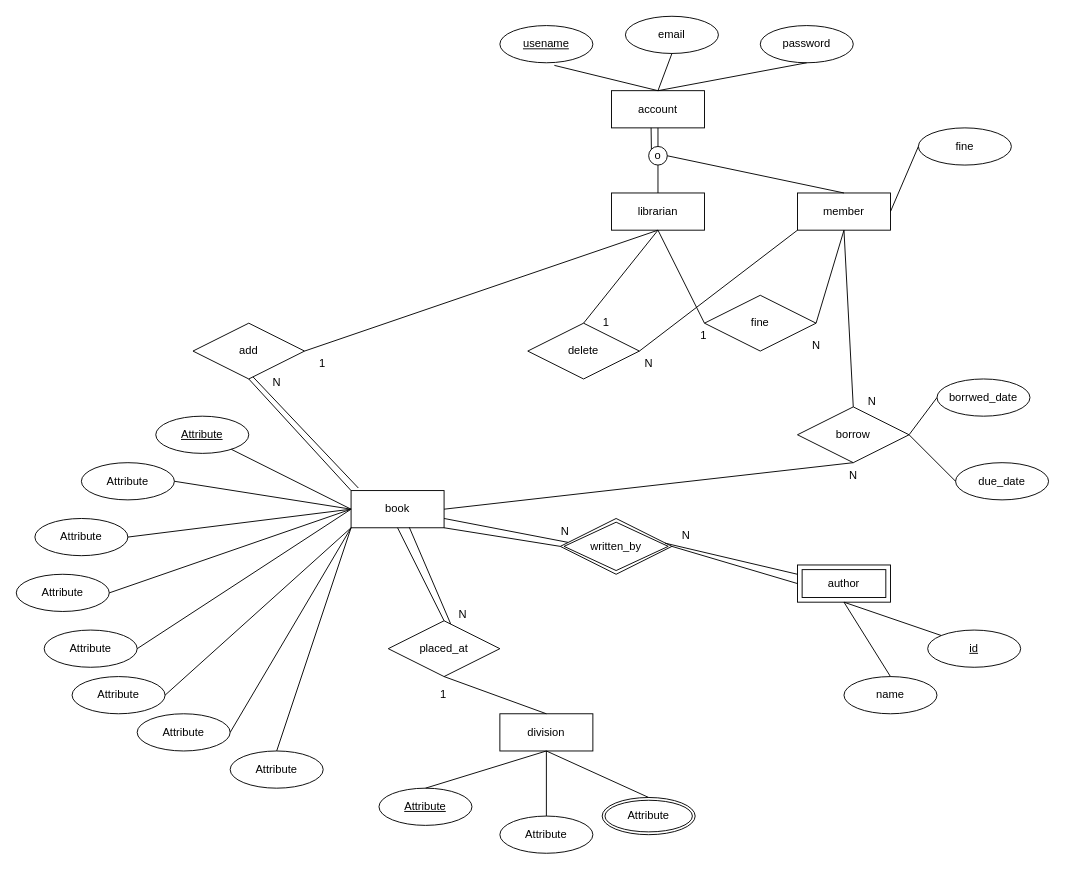
MuhammadIrfan92/Database-Engineering-Semester-7 keeps this draw.io diagram as Project_er.drawio. Above is the earlier version. Source tidied: cells renumbered, new cells numbered last; positions are measured from the earlier drawing's top-left corner, leaving out a move shared by most shapes. Both pictures are drawn from the tidied source at 93%, with x=0, y=0 at pixel (16, 16).
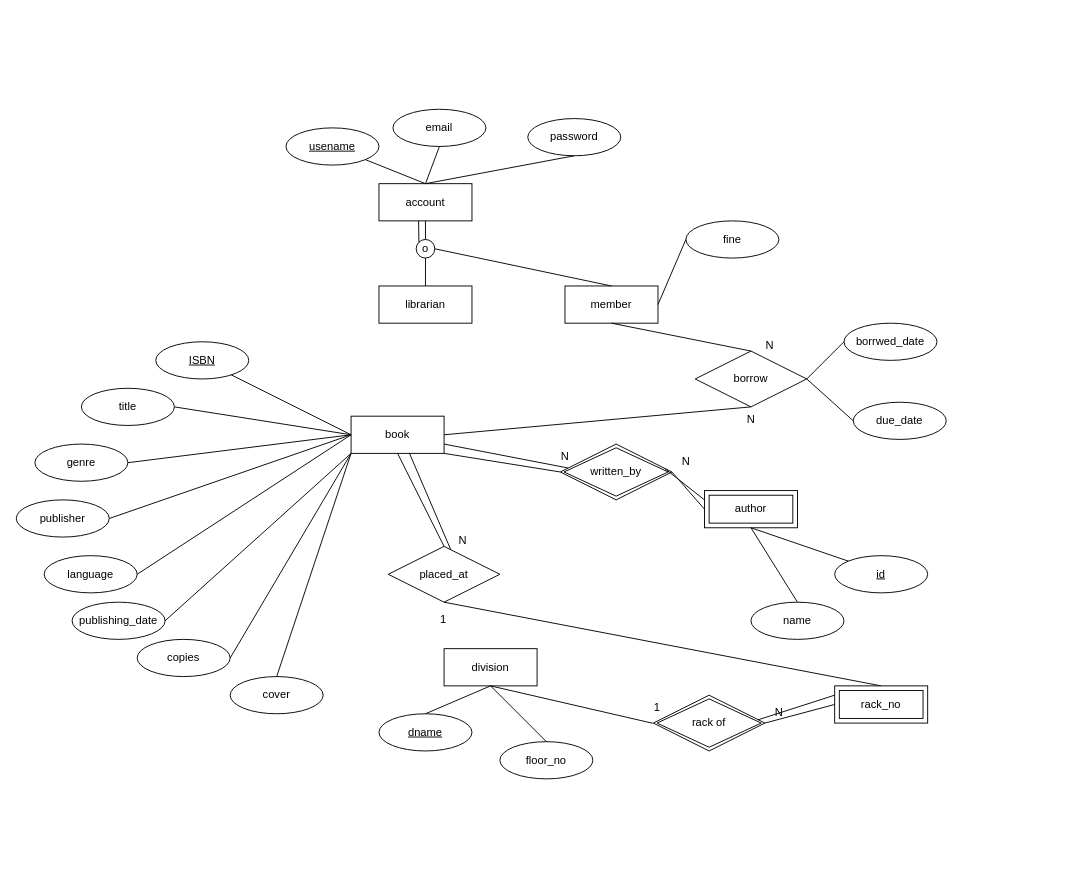
After the change.

What changed in the source:
```diff
@@
     <mxCell id="2" value="account" style="whiteSpace=wrap;html=1;align=center;" parent="1" vertex="1">
-      <mxGeometry x="640" y="80" width="100" height="40" as="geometry" />
+      <mxGeometry x="390" y="180" width="100" height="40" as="geometry" />
     </mxCell>
     <mxCell id="3" value="librarian" style="whiteSpace=wrap;html=1;align=center;" parent="1" vertex="1">
-      <mxGeometry x="640" y="190" width="100" height="40" as="geometry" />
+      <mxGeometry x="390" y="290" width="100" height="40" as="geometry" />
     </mxCell>
     <mxCell id="4" value="member" style="whiteSpace=wrap;html=1;align=center;" parent="1" vertex="1">
-      <mxGeometry x="840" y="190" width="100" height="40" as="geometry" />
+      <mxGeometry x="590" y="290" width="100" height="40" as="geometry" />
     </mxCell>
     <mxCell id="5" value="book" style="whiteSpace=wrap;html=1;align=center;" parent="1" vertex="1">
-      <mxGeometry x="360" y="510" width="100" height="40" as="geometry" />
+      <mxGeometry x="360" y="430" width="100" height="40" as="geometry" />
     </mxCell>
     <mxCell id="6" value="division" style="whiteSpace=wrap;html=1;align=center;" parent="1" vertex="1">
-      <mxGeometry x="520" y="750" width="100" height="40" as="geometry" />
+      <mxGeometry x="460" y="680" width="100" height="40" as="geometry" />
     </mxCell>
     <mxCell id="7" value="usename" style="ellipse;whiteSpace=wrap;html=1;align=center;fontStyle=4;" parent="1" vertex="1">
-      <mxGeometry x="520" y="10" width="100" height="40" as="geometry" />
+      <mxGeometry x="290" y="120" width="100" height="40" as="geometry" />
     </mxCell>
     <mxCell id="8" value="email" style="ellipse;whiteSpace=wrap;html=1;align=center;" parent="1" vertex="1">
-      <mxGeometry x="655" width="100" height="40" as="geometry" />
+      <mxGeometry x="405" y="100" width="100" height="40" as="geometry" />
     </mxCell>
     <mxCell id="9" value="password" style="ellipse;whiteSpace=wrap;html=1;align=center;" parent="1" vertex="1">
-      <mxGeometry x="800" y="10" width="100" height="40" as="geometry" />
+      <mxGeometry x="550" y="110" width="100" height="40" as="geometry" />
     </mxCell>
     <mxCell id="10" value="borrow" style="shape=rhombus;perimeter=rhombusPerimeter;whiteSpace=wrap;html=1;align=center;" parent="1" vertex="1">
-      <mxGeometry x="840" y="420" width="120" height="60" as="geometry" />
+      <mxGeometry x="730" y="360" width="120" height="60" as="geometry" />
     </mxCell>
-    <mxCell id="11" value="delete" style="shape=rhombus;perimeter=rhombusPerimeter;whiteSpace=wrap;html=1;align=center;" parent="1" vertex="1">
-      <mxGeometry x="550" y="330" width="120" height="60" as="geometry" />
-    </mxCell>
-    <mxCell id="12" value="add" style="shape=rhombus;perimeter=rhombusPerimeter;whiteSpace=wrap;html=1;align=center;" parent="1" vertex="1">
-      <mxGeometry x="190" y="330" width="120" height="60" as="geometry" />
-    </mxCell>
     <mxCell id="13" value="placed_at" style="shape=rhombus;perimeter=rhombusPerimeter;whiteSpace=wrap;html=1;align=center;" parent="1" vertex="1">
-      <mxGeometry x="400" y="650" width="120" height="60" as="geometry" />
+      <mxGeometry x="400" y="570" width="120" height="60" as="geometry" />
     </mxCell>
     <mxCell id="14" value="author" style="shape=ext;margin=3;double=1;whiteSpace=wrap;html=1;align=center;" parent="1" vertex="1">
-      <mxGeometry x="840" y="590" width="100" height="40" as="geometry" />
+      <mxGeometry x="740" y="510" width="100" height="40" as="geometry" />
     </mxCell>
     <mxCell id="15" value="written_by" style="shape=rhombus;double=1;perimeter=rhombusPerimeter;whiteSpace=wrap;html=1;align=center;" parent="1" vertex="1">
-      <mxGeometry x="585" y="540" width="120" height="60" as="geometry" />
+      <mxGeometry x="585" y="460" width="120" height="60" as="geometry" />
     </mxCell>
@@
-    <mxCell id="18" style="endArrow=none;html=1;rounded=0;entryX=0;entryY=1;entryDx=0;entryDy=0;exitX=1;exitY=0.5;exitDx=0;exitDy=0;" parent="1" edge="1" source="11" target="4">
-      <mxGeometry relative="1" as="geometry" />
-    </mxCell>
-    <mxCell id="19" style="endArrow=none;html=1;rounded=0;entryX=0.5;entryY=1;entryDx=0;entryDy=0;exitX=0.5;exitY=0;exitDx=0;exitDy=0;" parent="1" edge="1" source="11" target="3">
-      <mxGeometry relative="1" as="geometry" />
-    </mxCell>
@@
-    <mxCell id="23" style="endArrow=none;html=1;rounded=0;exitX=0.5;exitY=1;exitDx=0;exitDy=0;entryX=0;entryY=0;entryDx=0;entryDy=0;" parent="1" edge="1" source="12" target="5">
-      <mxGeometry relative="1" as="geometry" />
-    </mxCell>
-    <mxCell id="24" style="endArrow=none;html=1;rounded=0;exitX=0.538;exitY=0.963;exitDx=0;exitDy=0;exitPerimeter=0;entryX=0.078;entryY=-0.069;entryDx=0;entryDy=0;entryPerimeter=0;" parent="1" edge="1" source="12" target="5">
-      <mxGeometry relative="1" as="geometry" />
-    </mxCell>
-    <mxCell id="25" style="endArrow=none;html=1;rounded=0;exitX=1;exitY=0.5;exitDx=0;exitDy=0;" parent="1" edge="1" source="12">
-      <mxGeometry relative="1" as="geometry">
-        <mxPoint x="690" y="230" as="targetPoint" />
-      </mxGeometry>
-    </mxCell>
@@
-    <mxCell id="28" style="endArrow=none;html=1;rounded=0;entryX=0.5;entryY=0;entryDx=0;entryDy=0;exitX=0.5;exitY=1;exitDx=0;exitDy=0;" parent="1" edge="1" source="13" target="6">
+    <mxCell id="28" style="endArrow=none;html=1;rounded=0;entryX=0.5;entryY=0;entryDx=0;entryDy=0;exitX=0.5;exitY=1;exitDx=0;exitDy=0;" parent="1" edge="1" source="13" target="85">
       <mxGeometry relative="1" as="geometry" />
     </mxCell>
@@
     <mxCell id="30" value="o" style="ellipse;whiteSpace=wrap;html=1;" parent="1" vertex="1">
-      <mxGeometry x="680" y="140" width="20" height="20" as="geometry" />
+      <mxGeometry x="430" y="240" width="20" height="20" as="geometry" />
     </mxCell>
@@
-    <mxCell id="35" value="Attribute" style="ellipse;whiteSpace=wrap;html=1;align=center;fontStyle=4;" parent="1" vertex="1">
-      <mxGeometry x="150" y="430" width="100" height="40" as="geometry" />
+    <mxCell id="35" value="ISBN" style="ellipse;whiteSpace=wrap;html=1;align=center;fontStyle=4;" parent="1" vertex="1">
+      <mxGeometry x="150" y="350" width="100" height="40" as="geometry" />
     </mxCell>
-    <mxCell id="36" value="Attribute" style="ellipse;whiteSpace=wrap;html=1;align=center;" parent="1" vertex="1">
-      <mxGeometry x="70" y="480" width="100" height="40" as="geometry" />
+    <mxCell id="36" value="title" style="ellipse;whiteSpace=wrap;html=1;align=center;" parent="1" vertex="1">
+      <mxGeometry x="70" y="400" width="100" height="40" as="geometry" />
     </mxCell>
-    <mxCell id="37" value="Attribute" style="ellipse;whiteSpace=wrap;html=1;align=center;" parent="1" vertex="1">
-      <mxGeometry x="20" y="540" width="100" height="40" as="geometry" />
+    <mxCell id="37" value="genre" style="ellipse;whiteSpace=wrap;html=1;align=center;" parent="1" vertex="1">
+      <mxGeometry x="20" y="460" width="100" height="40" as="geometry" />
     </mxCell>
-    <mxCell id="38" value="Attribute" style="ellipse;whiteSpace=wrap;html=1;align=center;" parent="1" vertex="1">
-      <mxGeometry y="600" width="100" height="40" as="geometry" />
+    <mxCell id="38" value="publisher" style="ellipse;whiteSpace=wrap;html=1;align=center;" parent="1" vertex="1">
+      <mxGeometry y="520" width="100" height="40" as="geometry" />
     </mxCell>
-    <mxCell id="39" value="Attribute" style="ellipse;whiteSpace=wrap;html=1;align=center;" parent="1" vertex="1">
-      <mxGeometry x="30" y="660" width="100" height="40" as="geometry" />
+    <mxCell id="39" value="language" style="ellipse;whiteSpace=wrap;html=1;align=center;" parent="1" vertex="1">
+      <mxGeometry x="30" y="580" width="100" height="40" as="geometry" />
     </mxCell>
-    <mxCell id="40" value="Attribute" style="ellipse;whiteSpace=wrap;html=1;align=center;" parent="1" vertex="1">
-      <mxGeometry x="60" y="710" width="100" height="40" as="geometry" />
+    <mxCell id="40" value="publishing_date" style="ellipse;whiteSpace=wrap;html=1;align=center;" parent="1" vertex="1">
+      <mxGeometry x="60" y="630" width="100" height="40" as="geometry" />
     </mxCell>
-    <mxCell id="41" value="Attribute" style="ellipse;whiteSpace=wrap;html=1;align=center;" parent="1" vertex="1">
-      <mxGeometry x="130" y="750" width="100" height="40" as="geometry" />
+    <mxCell id="41" value="copies" style="ellipse;whiteSpace=wrap;html=1;align=center;" parent="1" vertex="1">
+      <mxGeometry x="130" y="670" width="100" height="40" as="geometry" />
     </mxCell>
-    <mxCell id="42" value="Attribute" style="ellipse;whiteSpace=wrap;html=1;align=center;" parent="1" vertex="1">
-      <mxGeometry x="230" y="790" width="100" height="40" as="geometry" />
+    <mxCell id="42" value="cover" style="ellipse;whiteSpace=wrap;html=1;align=center;" parent="1" vertex="1">
+      <mxGeometry x="230" y="710" width="100" height="40" as="geometry" />
     </mxCell>
     <mxCell id="43" value="name" style="ellipse;whiteSpace=wrap;html=1;align=center;" parent="1" vertex="1">
-      <mxGeometry x="890" y="710" width="100" height="40" as="geometry" />
+      <mxGeometry x="790" y="630" width="100" height="40" as="geometry" />
     </mxCell>
     <mxCell id="44" value="id" style="ellipse;whiteSpace=wrap;html=1;align=center;fontStyle=4;" parent="1" vertex="1">
-      <mxGeometry x="980" y="660" width="100" height="40" as="geometry" />
+      <mxGeometry x="880" y="580" width="100" height="40" as="geometry" />
     </mxCell>
-    <mxCell id="45" value="Attribute" style="ellipse;whiteSpace=wrap;html=1;align=center;" parent="1" vertex="1">
-      <mxGeometry x="520" y="860" width="100" height="40" as="geometry" />
+    <mxCell id="45" value="floor_no" style="ellipse;whiteSpace=wrap;html=1;align=center;" parent="1" vertex="1">
+      <mxGeometry x="520" y="780" width="100" height="40" as="geometry" />
     </mxCell>
-    <mxCell id="46" value="Attribute" style="ellipse;whiteSpace=wrap;html=1;align=center;fontStyle=4;" parent="1" vertex="1">
-      <mxGeometry x="390" y="830" width="100" height="40" as="geometry" />
+    <mxCell id="46" value="dname" style="ellipse;whiteSpace=wrap;html=1;align=center;fontStyle=4;" parent="1" vertex="1">
+      <mxGeometry x="390" y="750" width="100" height="40" as="geometry" />
     </mxCell>
-    <mxCell id="47" value="Attribute" style="ellipse;shape=doubleEllipse;margin=3;whiteSpace=wrap;html=1;align=center;" parent="1" vertex="1">
-      <mxGeometry x="630" y="840" width="100" height="40" as="geometry" />
-    </mxCell>
     <mxCell id="48" value="borrwed_date" style="ellipse;whiteSpace=wrap;html=1;align=center;" parent="1" vertex="1">
-      <mxGeometry x="990" y="390" width="100" height="40" as="geometry" />
+      <mxGeometry x="890" y="330" width="100" height="40" as="geometry" />
     </mxCell>
     <mxCell id="49" value="due_date" style="ellipse;whiteSpace=wrap;html=1;align=center;" parent="1" vertex="1">
-      <mxGeometry x="1010" y="480" width="100" height="40" as="geometry" />
+      <mxGeometry x="900" y="415" width="100" height="40" as="geometry" />
     </mxCell>
@@
-    <mxCell id="51" style="endArrow=none;html=1;rounded=0;entryX=0;entryY=0.5;entryDx=0;entryDy=0;" parent="1" edge="1" target="49">
-      <mxGeometry relative="1" as="geometry">
-        <mxPoint x="960" y="450" as="sourcePoint" />
-      </mxGeometry>
+    <mxCell id="51" style="endArrow=none;html=1;rounded=0;entryX=0;entryY=0.5;entryDx=0;entryDy=0;exitX=1;exitY=0.5;exitDx=0;exitDy=0;" parent="1" edge="1" source="10" target="49">
+      <mxGeometry relative="1" as="geometry" />
     </mxCell>
     <mxCell id="52" style="endArrow=none;html=1;rounded=0;" parent="1" edge="1" source="35">
       <mxGeometry relative="1" as="geometry">
-        <mxPoint x="360" y="530" as="targetPoint" />
+        <mxPoint x="360" y="450" as="targetPoint" />
       </mxGeometry>
     </mxCell>
@@
     <mxCell id="55" style="endArrow=none;html=1;rounded=0;exitX=1;exitY=0.5;exitDx=0;exitDy=0;" parent="1" edge="1" source="38">
       <mxGeometry relative="1" as="geometry">
-        <mxPoint x="360" y="530" as="targetPoint" />
+        <mxPoint x="360" y="450" as="targetPoint" />
       </mxGeometry>
     </mxCell>
     <mxCell id="56" style="endArrow=none;html=1;rounded=0;exitX=1;exitY=0.5;exitDx=0;exitDy=0;" parent="1" edge="1" source="39">
       <mxGeometry relative="1" as="geometry">
-        <mxPoint x="360" y="530" as="targetPoint" />
+        <mxPoint x="360" y="450" as="targetPoint" />
       </mxGeometry>
     </mxCell>
@@
     <mxCell id="59" style="endArrow=none;html=1;rounded=0;exitX=0.5;exitY=0;exitDx=0;exitDy=0;" parent="1" edge="1" source="42">
       <mxGeometry relative="1" as="geometry">
-        <mxPoint x="360" y="550" as="targetPoint" />
+        <mxPoint x="360" y="470" as="targetPoint" />
       </mxGeometry>
     </mxCell>
@@
     <mxCell id="61" style="endArrow=none;html=1;rounded=0;entryX=0;entryY=0;entryDx=0;entryDy=0;" parent="1" edge="1" target="44">
       <mxGeometry relative="1" as="geometry">
-        <mxPoint x="890" y="630" as="sourcePoint" />
+        <mxPoint x="790" y="550" as="sourcePoint" />
       </mxGeometry>
     </mxCell>
-    <mxCell id="62" style="endArrow=none;html=1;rounded=0;exitX=0.5;exitY=1;exitDx=0;exitDy=0;entryX=0.5;entryY=0;entryDx=0;entryDy=0;" parent="1" edge="1" source="6" target="47">
+    <mxCell id="62" style="endArrow=none;html=1;rounded=0;exitX=0.5;exitY=1;exitDx=0;exitDy=0;entryX=0.113;entryY=1.008;entryDx=0;entryDy=0;entryPerimeter=0;" parent="1" edge="1" source="6" target="90">
       <mxGeometry relative="1" as="geometry" />
     </mxCell>
@@
-    <mxCell id="65" style="endArrow=none;html=1;rounded=0;exitX=0.586;exitY=1.07;exitDx=0;exitDy=0;exitPerimeter=0;entryX=0.5;entryY=0;entryDx=0;entryDy=0;" parent="1" edge="1" source="7" target="2">
+    <mxCell id="65" style="endArrow=none;html=1;rounded=0;entryX=0.5;entryY=0;entryDx=0;entryDy=0;" parent="1" edge="1" source="7" target="2">
       <mxGeometry relative="1" as="geometry" />
     </mxCell>
@@
     <mxCell id="68" value="fine" style="ellipse;whiteSpace=wrap;html=1;align=center;" parent="1" vertex="1">
-      <mxGeometry x="970" y="120" width="100" height="40" as="geometry" />
+      <mxGeometry x="720" y="220" width="100" height="40" as="geometry" />
     </mxCell>
@@
-    <mxCell id="70" value="fine" style="shape=rhombus;perimeter=rhombusPerimeter;whiteSpace=wrap;html=1;align=center;" parent="1" vertex="1">
-      <mxGeometry x="740" y="300" width="120" height="60" as="geometry" />
-    </mxCell>
-    <mxCell id="71" style="endArrow=none;html=1;rounded=0;exitX=1;exitY=0.5;exitDx=0;exitDy=0;" parent="1" edge="1" source="70">
-      <mxGeometry relative="1" as="geometry">
-        <mxPoint x="890" y="230" as="targetPoint" />
-      </mxGeometry>
-    </mxCell>
-    <mxCell id="72" style="endArrow=none;html=1;rounded=0;entryX=0;entryY=0.5;entryDx=0;entryDy=0;" parent="1" edge="1" target="70">
-      <mxGeometry relative="1" as="geometry">
-        <mxPoint x="690" y="230" as="sourcePoint" />
-      </mxGeometry>
-    </mxCell>
     <mxCell id="73" value="N" style="text;strokeColor=none;fillColor=none;spacingLeft=4;spacingRight=4;overflow=hidden;fontSize=12;" parent="1" vertex="1">
-      <mxGeometry x="710" y="545" width="40" height="30" as="geometry" />
+      <mxGeometry x="710" y="465" width="40" height="30" as="geometry" />
     </mxCell>
     <mxCell id="74" value="N" style="text;strokeColor=none;fillColor=none;spacingLeft=4;spacingRight=4;overflow=hidden;fontSize=12;" parent="1" vertex="1">
-      <mxGeometry x="580" y="540" width="40" height="30" as="geometry" />
+      <mxGeometry x="580" y="460" width="40" height="30" as="geometry" />
     </mxCell>
     <mxCell id="75" value="N" style="text;strokeColor=none;fillColor=none;spacingLeft=4;spacingRight=4;overflow=hidden;fontSize=12;" parent="1" vertex="1">
-      <mxGeometry x="890" y="480" width="40" height="30" as="geometry" />
+      <mxGeometry x="780" y="420" width="40" height="30" as="geometry" />
     </mxCell>
     <mxCell id="76" value="N" style="text;strokeColor=none;fillColor=none;spacingLeft=4;spacingRight=4;overflow=hidden;fontSize=12;" parent="1" vertex="1">
-      <mxGeometry x="910" y="400" width="40" height="30" as="geometry" />
+      <mxGeometry x="800" y="340" width="40" height="30" as="geometry" />
     </mxCell>
-    <mxCell id="77" value="N" style="text;strokeColor=none;fillColor=none;spacingLeft=4;spacingRight=4;overflow=hidden;fontSize=12;" parent="1" vertex="1">
-      <mxGeometry x="850" y="340" width="40" height="30" as="geometry" />
-    </mxCell>
-    <mxCell id="78" value="1&#10;" style="text;strokeColor=none;fillColor=none;spacingLeft=4;spacingRight=4;overflow=hidden;fontSize=12;" parent="1" vertex="1">
-      <mxGeometry x="730" y="330" width="40" height="30" as="geometry" />
-    </mxCell>
-    <mxCell id="79" value="1&#10;" style="text;strokeColor=none;fillColor=none;spacingLeft=4;spacingRight=4;overflow=hidden;fontSize=12;" parent="1" vertex="1">
-      <mxGeometry x="625" y="315" width="40" height="30" as="geometry" />
-    </mxCell>
-    <mxCell id="80" value="N" style="text;strokeColor=none;fillColor=none;spacingLeft=4;spacingRight=4;overflow=hidden;fontSize=12;" parent="1" vertex="1">
-      <mxGeometry x="670" y="360" width="40" height="30" as="geometry" />
-    </mxCell>
     <mxCell id="81" value="N" style="text;strokeColor=none;fillColor=none;spacingLeft=4;spacingRight=4;overflow=hidden;fontSize=12;" parent="1" vertex="1">
-      <mxGeometry x="470" y="630" width="40" height="30" as="geometry" />
+      <mxGeometry x="470" y="550" width="40" height="30" as="geometry" />
     </mxCell>
-    <mxCell id="82" value="1&#10;" style="text;strokeColor=none;fillColor=none;spacingLeft=4;spacingRight=4;overflow=hidden;fontSize=12;" parent="1" vertex="1">
-      <mxGeometry x="320" y="360" width="40" height="30" as="geometry" />
-    </mxCell>
     <mxCell id="83" value="1&#10;" style="text;strokeColor=none;fillColor=none;spacingLeft=4;spacingRight=4;overflow=hidden;fontSize=12;" parent="1" vertex="1">
-      <mxGeometry x="450" y="715" width="40" height="30" as="geometry" />
+      <mxGeometry x="450" y="635" width="40" height="30" as="geometry" />
     </mxCell>
-    <mxCell id="84" value="N" style="text;strokeColor=none;fillColor=none;spacingLeft=4;spacingRight=4;overflow=hidden;fontSize=12;" parent="1" vertex="1">
-      <mxGeometry x="270" y="380" width="40" height="30" as="geometry" />
-    </mxCell>
+    <mxCell id="85" value="rack_no" style="shape=ext;margin=3;double=1;whiteSpace=wrap;html=1;align=center;" parent="1" vertex="1">
+      <mxGeometry x="880" y="720" width="100" height="40" as="geometry" />
+    </mxCell>
+    <mxCell id="86" value="rack of" style="shape=rhombus;double=1;perimeter=rhombusPerimeter;whiteSpace=wrap;html=1;align=center;" parent="1" vertex="1">
+      <mxGeometry x="685" y="730" width="120" height="60" as="geometry" />
+    </mxCell>
+    <mxCell id="87" style="endArrow=none;html=1;rounded=0;entryX=0;entryY=0.5;entryDx=0;entryDy=0;exitX=1;exitY=0.5;exitDx=0;exitDy=0;" parent="1" edge="1" source="86" target="85">
+      <mxGeometry relative="1" as="geometry" />
+    </mxCell>
+    <mxCell id="88" style="endArrow=none;html=1;rounded=0;entryX=0;entryY=0.25;entryDx=0;entryDy=0;exitX=0.938;exitY=0.442;exitDx=0;exitDy=0;exitPerimeter=0;" parent="1" edge="1" source="86" target="85">
+      <mxGeometry relative="1" as="geometry" />
+    </mxCell>
+    <mxCell id="89" value="N" style="text;strokeColor=none;fillColor=none;spacingLeft=4;spacingRight=4;overflow=hidden;fontSize=12;" parent="1" vertex="1">
+      <mxGeometry x="810" y="735" width="40" height="30" as="geometry" />
+    </mxCell>
+    <mxCell id="90" value="1&#10;" style="text;strokeColor=none;fillColor=none;spacingLeft=4;spacingRight=4;overflow=hidden;points=[[0,0.5],[1,0.5]];portConstraint=eastwest;fontSize=12;" parent="1" vertex="1">
+      <mxGeometry x="680" y="730" width="40" height="30" as="geometry" />
+    </mxCell>
```
